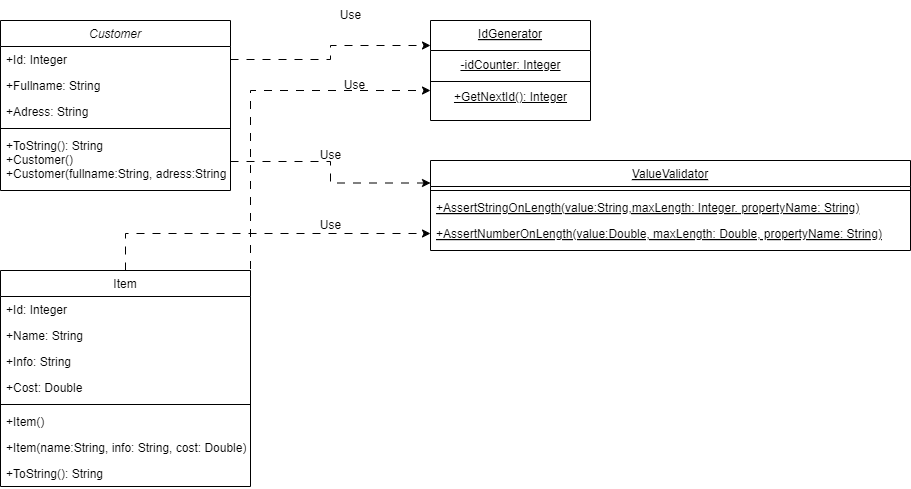
Before: doc/ObjectOrientedPractics/Diagrams/Practics1.png, a diagram exported from draw.io (NorvegianForestCat/Programming). Source tidied: cells renumbered, new cells last; positions are measured from the earlier drawing's top-left corner, leaving out a move shared by most shapes.
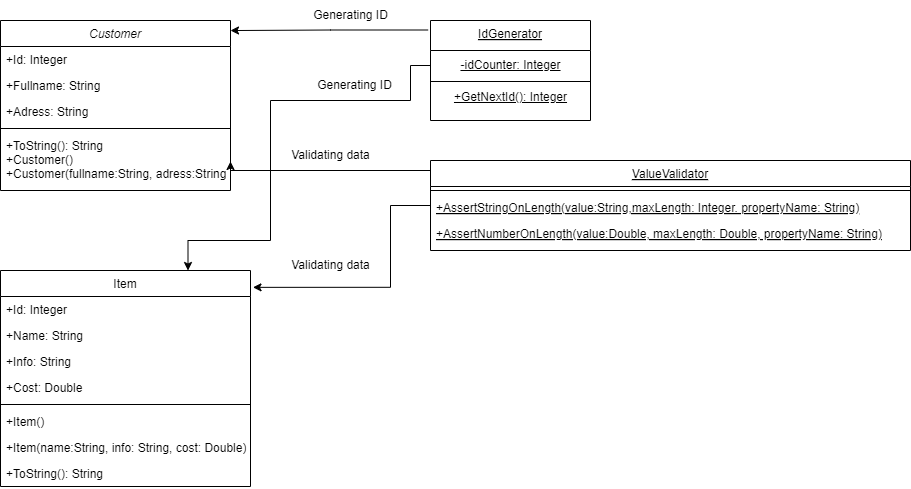
After the change.

Commit message:
iss005:: Created UML-diagram

What changed in the source:
```diff
@@ -20,6 +20,13 @@
     <mxCell id="7" value="+ToString(): String&#10;+Customer()&#10;+Customer(fullname:String, adress:String" style="text;align=left;verticalAlign=top;spacingLeft=4;spacingRight=4;overflow=hidden;points=[[0,0.5],[1,0.5]];portConstraint=eastwest;" parent="2" vertex="1">
       <mxGeometry y="112" width="230" height="58" as="geometry" />
     </mxCell>
+    <mxCell id="33" style="edgeStyle=orthogonalEdgeStyle;rounded=0;jettySize=auto;html=1;entryX=1;entryY=0.5;entryDx=0;entryDy=0;" parent="1" edge="1" source="8" target="7">
+      <mxGeometry relative="1" as="geometry">
+        <Array as="points">
+          <mxPoint x="230" y="170" />
+        </Array>
+      </mxGeometry>
+    </mxCell>
     <mxCell id="8" value="ValueValidator" style="swimlane;fontStyle=4;align=center;verticalAlign=top;horizontal=1;startSize=26;rounded=0;shadow=0;strokeWidth=1;" parent="1" vertex="1">
       <mxGeometry x="430" y="160" width="480" height="90" as="geometry" />
     </mxCell>
@@ -32,6 +39,9 @@
     <mxCell id="11" value="+AssertNumberOnLength(value:Double, maxLength: Double, propertyName: String)" style="text;align=left;verticalAlign=top;spacingLeft=4;spacingRight=4;overflow=hidden;points=[[0,0.5],[1,0.5]];portConstraint=eastwest;fontStyle=4;" parent="8" vertex="1">
       <mxGeometry y="60" width="480" height="26" as="geometry" />
     </mxCell>
+    <mxCell id="34" style="edgeStyle=orthogonalEdgeStyle;rounded=0;jettySize=auto;html=1;entryX=1;entryY=0.059;entryDx=0;entryDy=0;entryPerimeter=0;exitX=-0.015;exitY=0.095;exitDx=0;exitDy=0;exitPerimeter=0;" parent="1" edge="1" source="12" target="2">
+      <mxGeometry relative="1" as="geometry" />
+    </mxCell>
     <mxCell id="12" value="IdGenerator" style="swimlane;fontStyle=4;align=center;verticalAlign=top;horizontal=1;startSize=30;rounded=0;shadow=0;strokeWidth=1;" parent="1" vertex="1">
       <mxGeometry x="430" y="20" width="160" height="100" as="geometry" />
     </mxCell>
@@ -44,9 +54,6 @@
     <mxCell id="15" value="&lt;u&gt;+GetNextId(): Integer&lt;/u&gt;" style="text;html=1;align=center;verticalAlign=middle;points=[];strokeColor=none;fillColor=none;" parent="12" vertex="1">
       <mxGeometry y="62" width="160" height="30" as="geometry" />
     </mxCell>
-    <mxCell id="16" style="edgeStyle=orthogonalEdgeStyle;rounded=0;jettySize=auto;html=1;entryX=0;entryY=0.5;entryDx=0;entryDy=0;dashed=1;dashPattern=8 8;" parent="1" edge="1" source="17" target="11">
-      <mxGeometry relative="1" as="geometry" />
-    </mxCell>
     <mxCell id="17" value="Item" style="swimlane;fontStyle=0;align=center;verticalAlign=top;horizontal=1;startSize=26;rounded=0;shadow=0;strokeWidth=1;" parent="1" vertex="1">
       <mxGeometry y="270" width="250" height="216" as="geometry" />
     </mxCell>
@@ -74,31 +81,36 @@
     <mxCell id="25" value="+ToString(): String" style="text;align=left;verticalAlign=top;spacingLeft=4;spacingRight=4;overflow=hidden;" parent="17" vertex="1">
       <mxGeometry y="190" width="250" height="26" as="geometry" />
     </mxCell>
+    <mxCell id="35" style="edgeStyle=orthogonalEdgeStyle;rounded=0;jettySize=auto;html=1;entryX=1.01;entryY=0.078;entryDx=0;entryDy=0;entryPerimeter=0;" parent="1" edge="1" source="8" target="17">
+      <mxGeometry relative="1" as="geometry">
+        <Array as="points">
+          <mxPoint x="390" y="205" />
+          <mxPoint x="390" y="287" />
+        </Array>
+      </mxGeometry>
+    </mxCell>
-    <mxCell id="26" value="Use" style="text;html=1;align=center;verticalAlign=middle;strokeColor=none;fillColor=none;" parent="1" vertex="1">
-      <mxGeometry x="330" width="40" height="30" as="geometry" />
+    <mxCell id="26" value="Generating ID" style="text;html=1;align=center;verticalAlign=middle;strokeColor=none;fillColor=none;" parent="1" vertex="1">
+      <mxGeometry x="300" width="100" height="30" as="geometry" />
     </mxCell>
+    <mxCell id="36" style="edgeStyle=orthogonalEdgeStyle;rounded=0;jettySize=auto;html=1;entryX=0.75;entryY=0;entryDx=0;entryDy=0;" parent="1" edge="1" source="13" target="17">
+      <mxGeometry relative="1" as="geometry">
+        <Array as="points">
+          <mxPoint x="410" y="65" />
+          <mxPoint x="410" y="100" />
+          <mxPoint x="270" y="100" />
+          <mxPoint x="270" y="240" />
+          <mxPoint x="188" y="240" />
+        </Array>
+      </mxGeometry>
+    </mxCell>
-    <mxCell id="27" value="Use" style="text;html=1;align=center;verticalAlign=middle;strokeColor=none;fillColor=none;" parent="1" vertex="1">
-      <mxGeometry x="334" y="70" width="40" height="30" as="geometry" />
+    <mxCell id="27" value="Generating ID" style="text;html=1;align=center;verticalAlign=middle;strokeColor=none;fillColor=none;" parent="1" vertex="1">
+      <mxGeometry x="304" y="70" width="100" height="30" as="geometry" />
     </mxCell>
-    <mxCell id="28" value="Use" style="text;html=1;align=center;verticalAlign=middle;strokeColor=none;fillColor=none;" parent="1" vertex="1">
-      <mxGeometry x="310" y="140" width="40" height="30" as="geometry" />
+    <mxCell id="28" value="Validating data" style="text;html=1;align=center;verticalAlign=middle;strokeColor=none;fillColor=none;" parent="1" vertex="1">
+      <mxGeometry x="280" y="140" width="100" height="30" as="geometry" />
     </mxCell>
-    <mxCell id="29" value="Use" style="text;html=1;align=center;verticalAlign=middle;strokeColor=none;fillColor=none;" parent="1" vertex="1">
-      <mxGeometry x="310" y="210" width="40" height="30" as="geometry" />
+    <mxCell id="29" value="Validating data" style="text;html=1;align=center;verticalAlign=middle;strokeColor=none;fillColor=none;" parent="1" vertex="1">
+      <mxGeometry x="280" y="250" width="100" height="30" as="geometry" />
     </mxCell>
-    <mxCell id="30" style="edgeStyle=orthogonalEdgeStyle;rounded=0;jettySize=auto;html=1;entryX=0;entryY=0.25;entryDx=0;entryDy=0;dashed=1;dashPattern=8 8;" parent="1" edge="1" source="3" target="12">
-      <mxGeometry relative="1" as="geometry" />
-    </mxCell>
-    <mxCell id="31" style="edgeStyle=orthogonalEdgeStyle;rounded=0;jettySize=auto;html=1;entryX=0;entryY=0.25;entryDx=0;entryDy=0;dashed=1;dashPattern=8 8;" parent="1" edge="1" source="7" target="8">
-      <mxGeometry relative="1" as="geometry" />
-    </mxCell>
-    <mxCell id="32" style="edgeStyle=orthogonalEdgeStyle;rounded=0;jettySize=auto;html=1;exitX=0.75;exitY=0;exitDx=0;exitDy=0;entryX=0;entryY=0.267;entryDx=0;entryDy=0;entryPerimeter=0;dashed=1;dashPattern=8 8;" parent="1" edge="1" source="17" target="15">
-      <mxGeometry relative="1" as="geometry">
-        <Array as="points">
-          <mxPoint x="250" y="270" />
-          <mxPoint x="250" y="90" />
-        </Array>
-      </mxGeometry>
-    </mxCell>
   </root>
 </mxGraphModel>
```
